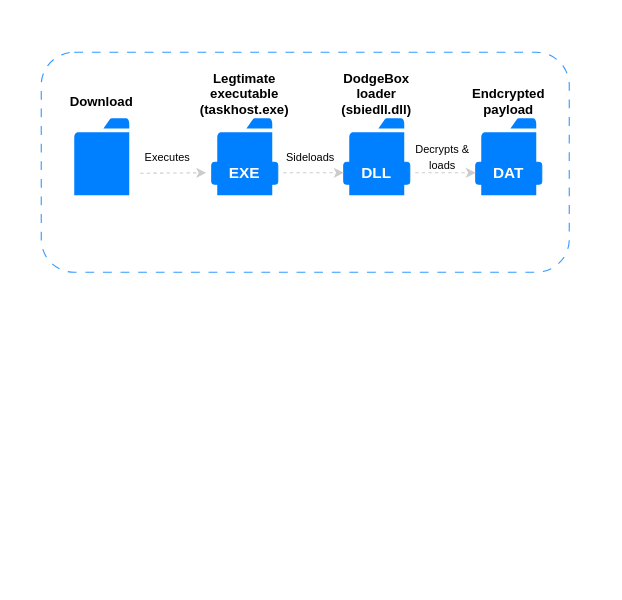
This is dodgebox/workflow-main.drawio from vanluongkma/draw.io, a draw.io file, before an edit. Source tidied: cells renumbered, new cells numbered last; positions are measured from the earlier drawing's top-left corner, leaving out a move shared by most shapes. Both pictures are drawn from the tidied source at 110%, with x=0, y=0 at pixel (41, 52). Pictures stored in the file or linked from it are replaced by grey dashed boxes.
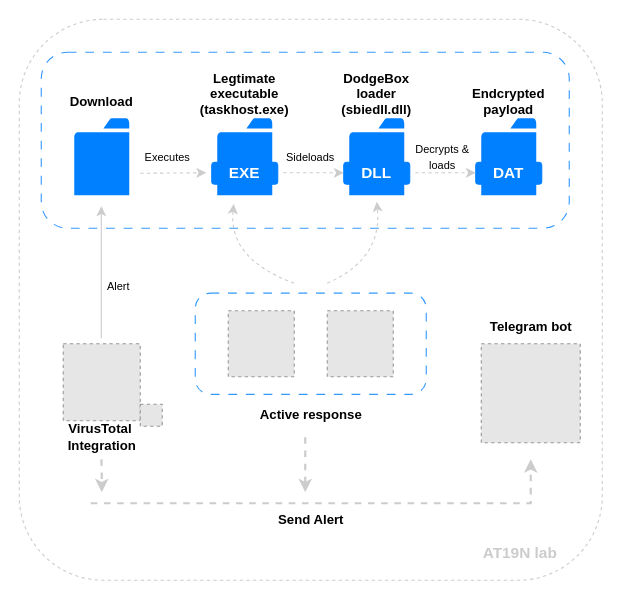
The same diagram, later.

Commit message (it also covers changes not shown here):
Cập nhật workflow-main.drawio

The edit, as a diff of the source:
```diff
@@
-    <mxCell id="2" style="rounded=1;whiteSpace=wrap;html=1;dashed=1;dashPattern=8 8;strokeColor=#3399FF;fillColor=none;" parent="1" vertex="1">
-      <mxGeometry width="480" height="200" as="geometry" />
+    <mxCell id="2" style="rounded=1;whiteSpace=wrap;html=1;dashed=1;strokeColor=#3399FF;fillColor=none;dashPattern=8 8;" parent="1" vertex="1">
+      <mxGeometry width="480" height="160" as="geometry" />
     </mxCell>
@@
+    <mxCell id="20" style="endArrow=classic;html=1;rounded=0;strokeColor=#CCCCCC;" parent="1" edge="1">
+      <mxGeometry relative="1" as="geometry">
+        <mxPoint x="54.6" y="260" as="sourcePoint" />
+        <mxPoint x="54.6" y="140" as="targetPoint" />
+      </mxGeometry>
+    </mxCell>
+    <mxCell id="21" style="text;html=1;align=center;verticalAlign=middle;strokeColor=none;fillColor=none;" parent="1" vertex="1">
+      <mxGeometry x="20" y="258" width="20" height="30" as="geometry" />
+    </mxCell>
+    <mxCell id="22" style="fillColor=#E6E6E6;strokeColor=#999999;dashed=1;verticalLabelPosition=bottom;labelBackgroundColor=default;verticalAlign=top;" parent="1" vertex="1">
+      <mxGeometry x="20" y="265" width="70" height="70" as="geometry" />
+    </mxCell>
+    <mxCell id="23" value="&lt;b&gt;VirusTotal&amp;nbsp;&lt;/b&gt;&lt;div&gt;&lt;b&gt;Integration&lt;/b&gt;&lt;/div&gt;" style="text;html=1;align=center;verticalAlign=middle;strokeColor=none;fillColor=none;" parent="1" vertex="1">
+      <mxGeometry x="10" y="330" width="90" height="40" as="geometry" />
+    </mxCell>
+    <mxCell id="24" value="&lt;font style=&quot;font-size: 10px;&quot;&gt;Alert&lt;/font&gt;" style="text;html=1;align=center;verticalAlign=middle;strokeColor=none;fillColor=none;" parent="1" vertex="1">
+      <mxGeometry x="50" y="198" width="40" height="30" as="geometry" />
+    </mxCell>
+    <mxCell id="25" style="fillColor=#E6E6E6;strokeColor=#999999;dashed=1;verticalLabelPosition=bottom;labelBackgroundColor=default;verticalAlign=top;" parent="1" vertex="1">
+      <mxGeometry x="90" y="320" width="20" height="20" as="geometry" />
+    </mxCell>
+    <mxCell id="26" style="fillColor=#E6E6E6;strokeColor=#999999;dashed=1;verticalLabelPosition=bottom;labelBackgroundColor=default;verticalAlign=top;" parent="1" vertex="1">
+      <mxGeometry x="400" y="265" width="90" height="90" as="geometry" />
+    </mxCell>
+    <mxCell id="27" style="rounded=1;whiteSpace=wrap;html=1;fillColor=none;strokeColor=#3399FF;dashed=1;dashPattern=8 8;" parent="1" vertex="1">
+      <mxGeometry x="140" y="219" width="210" height="92" as="geometry" />
+    </mxCell>
+    <mxCell id="28" style="fillColor=#E6E6E6;strokeColor=#999999;dashed=1;verticalLabelPosition=bottom;labelBackgroundColor=default;verticalAlign=top;" parent="1" vertex="1">
+      <mxGeometry x="170" y="235" width="60" height="60" as="geometry" />
+    </mxCell>
+    <mxCell id="29" style="fillColor=#E6E6E6;strokeColor=#999999;dashed=1;verticalLabelPosition=bottom;labelBackgroundColor=default;verticalAlign=top;" parent="1" vertex="1">
+      <mxGeometry x="260" y="235" width="60" height="60" as="geometry" />
+    </mxCell>
+    <mxCell id="30" value="&lt;b&gt;Active response&lt;/b&gt;" style="text;html=1;align=center;verticalAlign=middle;strokeColor=none;fillColor=none;" parent="1" vertex="1">
+      <mxGeometry x="185" y="315" width="120" height="30" as="geometry" />
+    </mxCell>
+    <mxCell id="31" style="ellipse;whiteSpace=wrap;html=1;align=center;fillColor=none;strokeColor=none;perimeter=centerPerimeter;" parent="1" vertex="1">
+      <mxGeometry x="160" y="420" width="10" height="10" as="geometry" />
+    </mxCell>
+    <mxCell id="32" style="curved=1;endArrow=classic;html=1;rounded=0;dashed=1;strokeColor=#CCCCCC;" parent="1" edge="1">
+      <mxGeometry relative="1" as="geometry">
+        <mxPoint x="260" y="210" as="sourcePoint" />
+        <mxPoint x="305" y="136" as="targetPoint" />
+        <Array as="points">
+          <mxPoint x="310" y="188" />
+        </Array>
+      </mxGeometry>
+    </mxCell>
+    <mxCell id="33" style="curved=1;endArrow=classic;html=1;rounded=0;dashed=1;strokeColor=#CCCCCC;" parent="1" edge="1">
+      <mxGeometry relative="1" as="geometry">
+        <mxPoint x="230" y="210" as="sourcePoint" />
+        <mxPoint x="175" y="138" as="targetPoint" />
+        <Array as="points">
+          <mxPoint x="170" y="188" />
+        </Array>
+      </mxGeometry>
+    </mxCell>
+    <mxCell id="34" value="&lt;b&gt;Send Alert&lt;/b&gt;" style="text;html=1;align=center;verticalAlign=middle;strokeColor=none;fillColor=none;" parent="1" vertex="1">
+      <mxGeometry x="205" y="410" width="80" height="30" as="geometry" />
+    </mxCell>
+    <mxCell id="35" style="endArrow=classic;html=1;rounded=0;dashed=1;strokeColor=#CCCCCC;strokeWidth=2;" parent="1" edge="1">
+      <mxGeometry relative="1" as="geometry">
+        <mxPoint x="54.7" y="370" as="sourcePoint" />
+        <mxPoint x="55" y="400" as="targetPoint" />
+        <Array as="points">
+          <mxPoint x="55" y="380" />
+        </Array>
+      </mxGeometry>
+    </mxCell>
+    <mxCell id="36" style="endArrow=classic;html=1;rounded=0;dashed=1;strokeColor=#CCCCCC;strokeWidth=2;" parent="1" edge="1">
+      <mxGeometry relative="1" as="geometry">
+        <mxPoint x="240" y="350" as="sourcePoint" />
+        <mxPoint x="240" y="400" as="targetPoint" />
+        <Array as="points">
+          <mxPoint x="240" y="380" />
+        </Array>
+      </mxGeometry>
+    </mxCell>
+    <mxCell id="37" style="endArrow=classic;html=1;rounded=0;strokeWidth=2;strokeColor=#CCCCCC;dashed=1;" parent="1" edge="1">
+      <mxGeometry relative="1" as="geometry">
+        <mxPoint x="45" y="410" as="sourcePoint" />
+        <mxPoint x="445" y="370" as="targetPoint" />
+        <Array as="points">
+          <mxPoint x="445" y="410" />
+        </Array>
+      </mxGeometry>
+    </mxCell>
+    <mxCell id="38" value="&lt;b&gt;Telegram bot&lt;/b&gt;" style="text;html=1;align=center;verticalAlign=middle;strokeColor=none;fillColor=none;" parent="1" vertex="1">
+      <mxGeometry x="395" y="235" width="100" height="30" as="geometry" />
+    </mxCell>
+    <mxCell id="39" value="&lt;b&gt;&lt;font style=&quot;font-size: 14px; color: rgb(204, 204, 204);&quot;&gt;AT19N lab&lt;/font&gt;&lt;/b&gt;" style="text;html=1;align=center;verticalAlign=middle;strokeColor=none;fillColor=none;" parent="1" vertex="1">
+      <mxGeometry x="390" y="440" width="90" height="30" as="geometry" />
+    </mxCell>
+    <mxCell id="40" style="rounded=1;whiteSpace=wrap;html=1;fillColor=none;dashed=1;strokeColor=#CCCCCC;" parent="1" vertex="1">
+      <mxGeometry x="-20" y="-30" width="530" height="510" as="geometry" />
+    </mxCell>
```
